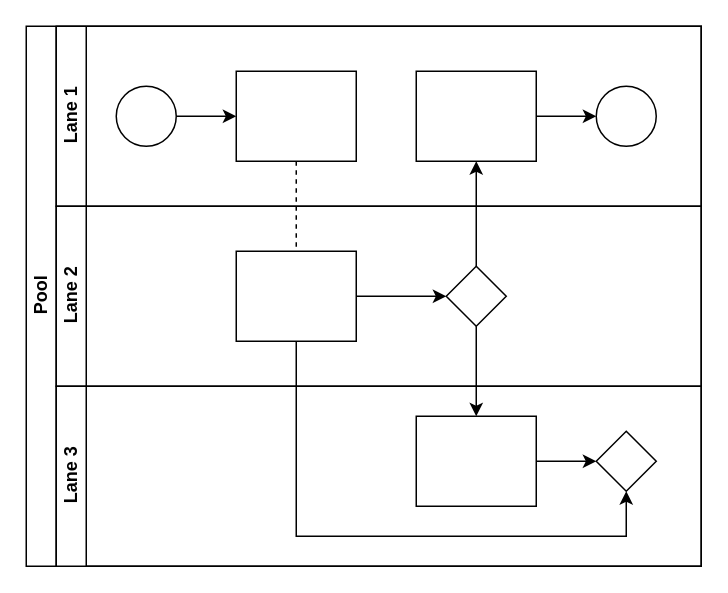
Earlier version of the draw.io diagram Untitled Diagram.drawio (WSU-4110/Podchives). Source tidied: cells renumbered, new cells numbered last; positions are measured from the earlier drawing's top-left corner, leaving out a move shared by most shapes. Both pictures are drawn from the tidied source at 150%, with x=0, y=0 at pixel (26, 26).
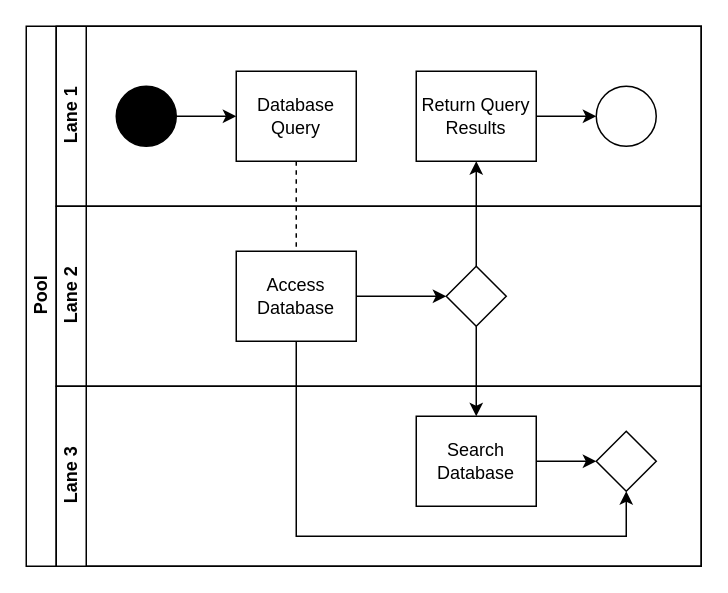
Above is the later version.

The change refers to these unchanged cells:
```xml
<mxCell id="7" value="Lane 1" style="swimlane;html=1;startSize=20;horizontal=0;" parent="2" vertex="1">
  <mxGeometry x="20" width="430" height="120" as="geometry" />
</mxCell>
<mxCell id="14" value="Lane 2" style="swimlane;html=1;startSize=20;horizontal=0;" parent="2" vertex="1">
  <mxGeometry x="20" y="120" width="430" height="120" as="geometry" />
</mxCell>
<mxCell id="18" value="Lane 3" style="swimlane;html=1;startSize=20;horizontal=0;" parent="2" vertex="1">
  <mxGeometry x="20" y="240" width="430" height="120" as="geometry" />
</mxCell>
```

Diff of the diagram source:
```diff
@@
-    <mxCell id="9" style="ellipse;whiteSpace=wrap;html=1;" parent="7" vertex="1">
+    <mxCell id="9" style="ellipse;whiteSpace=wrap;html=1;fillColor=#000000;" parent="7" vertex="1">
       <mxGeometry x="40" y="40" width="40" height="40" as="geometry" />
     </mxCell>
-    <mxCell id="10" style="rounded=0;whiteSpace=wrap;html=1;fontFamily=Helvetica;fontSize=12;fontColor=#000000;align=center;" parent="7" vertex="1">
+    <mxCell id="10" value="Database Query" style="rounded=0;whiteSpace=wrap;html=1;fontFamily=Helvetica;fontSize=12;fontColor=#000000;align=center;" parent="7" vertex="1">
       <mxGeometry x="120" y="30" width="80" height="60" as="geometry" />
     </mxCell>
@@
-    <mxCell id="12" style="rounded=0;whiteSpace=wrap;html=1;fontFamily=Helvetica;fontSize=12;fontColor=#000000;align=center;" parent="7" vertex="1">
+    <mxCell id="12" value="Return Query Results" style="rounded=0;whiteSpace=wrap;html=1;fontFamily=Helvetica;fontSize=12;fontColor=#000000;align=center;" parent="7" vertex="1">
       <mxGeometry x="240" y="30" width="80" height="60" as="geometry" />
     </mxCell>
@@
-    <mxCell id="16" style="rounded=0;whiteSpace=wrap;html=1;fontFamily=Helvetica;fontSize=12;fontColor=#000000;align=center;" parent="14" vertex="1">
+    <mxCell id="16" value="Access Database" style="rounded=0;whiteSpace=wrap;html=1;fontFamily=Helvetica;fontSize=12;fontColor=#000000;align=center;" parent="14" vertex="1">
       <mxGeometry x="120" y="30" width="80" height="60" as="geometry" />
     </mxCell>
@@
-    <mxCell id="20" style="rounded=0;whiteSpace=wrap;html=1;fontFamily=Helvetica;fontSize=12;fontColor=#000000;align=center;" parent="18" vertex="1">
+    <mxCell id="20" value="Search Database" style="rounded=0;whiteSpace=wrap;html=1;fontFamily=Helvetica;fontSize=12;fontColor=#000000;align=center;" parent="18" vertex="1">
       <mxGeometry x="240" y="20" width="80" height="60" as="geometry" />
     </mxCell>
```
